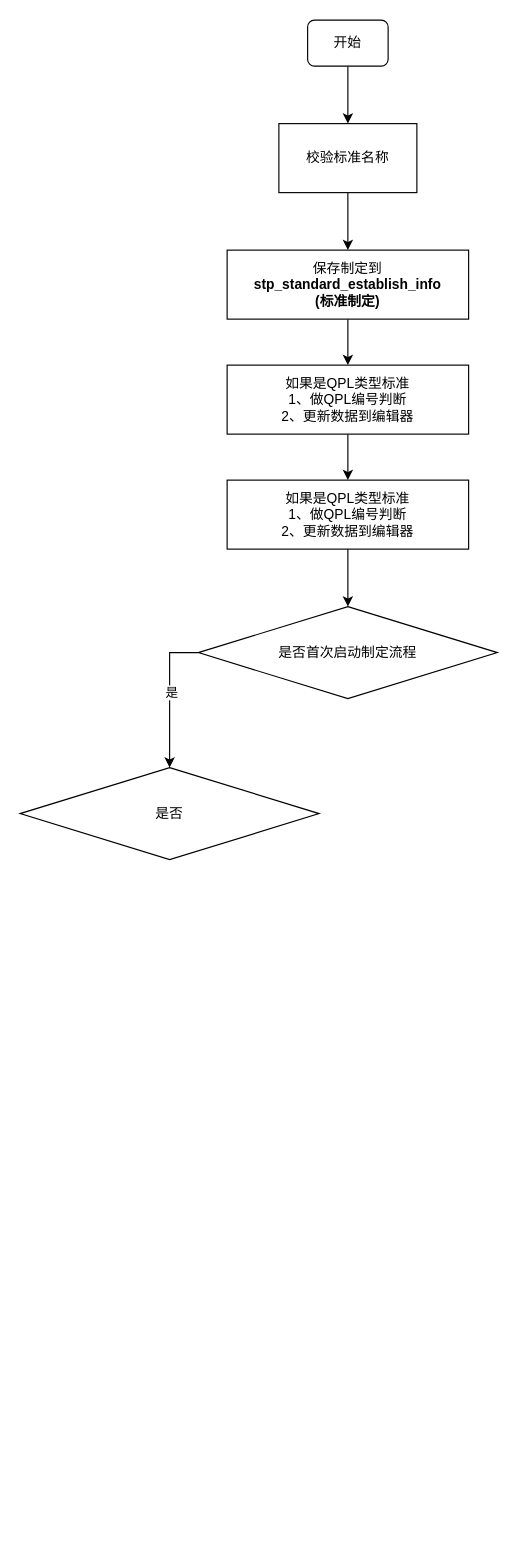
This is 标准化/流程图.drawio from DemonHan/KuickBuy, a draw.io file, before an edit. Source tidied: cells renumbered, new cells numbered last; positions are measured from the earlier drawing's top-left corner, leaving out a move shared by most shapes. Both pictures are drawn from the tidied source at 115%, with x=0, y=0 at pixel (20, 20).
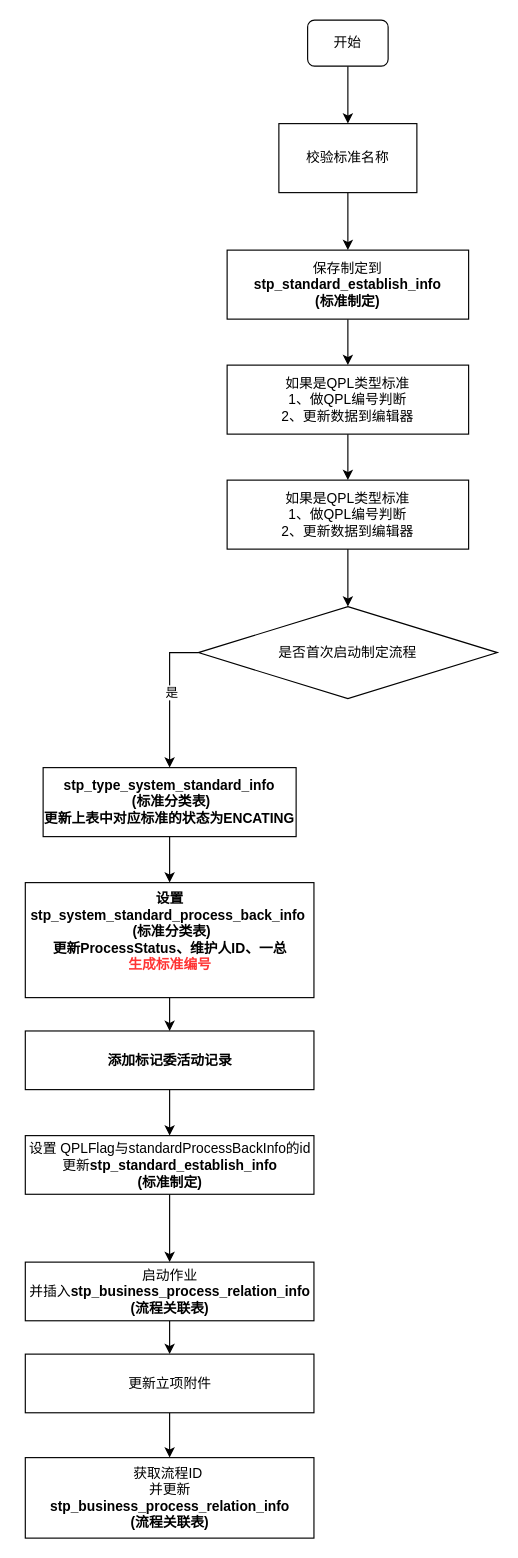
After the change.

Commit message (it also covers changes not shown here):
更新流程图.drawio

The change refers to these unchanged cells:
```xml
<mxCell id="14" value="是否首次启动制定流程" style="rhombus;whiteSpace=wrap;html=1;" parent="1" vertex="1">
  <mxGeometry x="155" y="510" width="260" height="80" as="geometry" />
</mxCell>
```

Diff of the diagram source:
```diff
@@
-    <mxCell id="12" style="edgeStyle=orthogonalEdgeStyle;rounded=0;jettySize=auto;html=1;entryX=0.5;entryY=0;entryDx=0;entryDy=0;exitX=0;exitY=0.5;exitDx=0;exitDy=0;" parent="1" edge="1" source="14" target="15">
+    <mxCell id="12" style="edgeStyle=orthogonalEdgeStyle;rounded=0;jettySize=auto;html=1;entryX=0.5;entryY=0;entryDx=0;entryDy=0;exitX=0;exitY=0.5;exitDx=0;exitDy=0;" parent="1" edge="1" source="14" target="17">
       <mxGeometry relative="1" as="geometry" />
     </mxCell>
@@
-    <mxCell id="15" value="是否" style="rhombus;whiteSpace=wrap;html=1;" parent="1" vertex="1">
-      <mxGeometry y="650" width="260" height="80" as="geometry" />
-    </mxCell>
+    <mxCell id="16" style="edgeStyle=orthogonalEdgeStyle;rounded=0;jettySize=auto;html=1;entryX=0.5;entryY=0;entryDx=0;entryDy=0;" parent="1" edge="1" source="17" target="19">
+      <mxGeometry relative="1" as="geometry" />
+    </mxCell>
+    <mxCell id="17" value="&lt;span style=&quot;font-weight: 700; text-wrap: nowrap;&quot;&gt;stp_type_system_standard_info&lt;/span&gt;&lt;br style=&quot;padding: 0px; margin: 0px; font-weight: 700; text-wrap: nowrap;&quot;&gt;&lt;span style=&quot;font-weight: 700; text-wrap: nowrap;&quot;&gt;&amp;nbsp;(标准分类表)&lt;/span&gt;&lt;div&gt;&lt;span style=&quot;font-weight: 700; text-wrap: nowrap;&quot;&gt;更新上表中对应标准的状态为ENCATING&lt;/span&gt;&lt;/div&gt;" style="rounded=0;whiteSpace=wrap;html=1;" parent="1" vertex="1">
+      <mxGeometry x="20" y="650" width="220" height="60" as="geometry" />
+    </mxCell>
+    <mxCell id="18" style="edgeStyle=orthogonalEdgeStyle;rounded=0;jettySize=auto;html=1;entryX=0.5;entryY=0;entryDx=0;entryDy=0;" parent="1" edge="1" source="19" target="21">
+      <mxGeometry relative="1" as="geometry" />
+    </mxCell>
+    <mxCell id="19" value="&lt;span style=&quot;text-wrap: nowrap;&quot;&gt;&lt;b&gt;设置&lt;/b&gt;&lt;/span&gt;&lt;div&gt;&lt;span style=&quot;font-weight: 700; text-wrap: nowrap;&quot;&gt;stp_system_standard_process_back_info&amp;nbsp;&lt;/span&gt;&lt;br style=&quot;padding: 0px; margin: 0px; font-weight: 700; text-wrap: nowrap;&quot;&gt;&lt;span style=&quot;font-weight: 700; text-wrap: nowrap;&quot;&gt;&amp;nbsp;(标准分类表)&lt;/span&gt;&lt;span style=&quot;text-wrap: nowrap;&quot;&gt;&lt;b&gt;&lt;br&gt;&lt;/b&gt;&lt;/span&gt;&lt;/div&gt;&lt;div&gt;&lt;span style=&quot;text-wrap: nowrap;&quot;&gt;&lt;b&gt;更新ProcessStatus、维护人ID、一总&lt;/b&gt;&lt;/span&gt;&lt;/div&gt;&lt;div&gt;&lt;span style=&quot;text-wrap: nowrap;&quot;&gt;&lt;b&gt;&lt;font color=&quot;#ff3333&quot;&gt;生成标准编号&lt;/font&gt;&lt;/b&gt;&lt;/span&gt;&lt;/div&gt;&lt;div&gt;&lt;span style=&quot;text-wrap: nowrap;&quot;&gt;&lt;b&gt;&lt;font color=&quot;#ff3333&quot;&gt;&lt;br&gt;&lt;/font&gt;&lt;/b&gt;&lt;/span&gt;&lt;/div&gt;" style="rounded=0;whiteSpace=wrap;html=1;" parent="1" vertex="1">
+      <mxGeometry x="4.5" y="750" width="251" height="100" as="geometry" />
+    </mxCell>
+    <mxCell id="20" style="edgeStyle=orthogonalEdgeStyle;rounded=0;jettySize=auto;html=1;entryX=0.5;entryY=0;entryDx=0;entryDy=0;" parent="1" edge="1" source="21" target="23">
+      <mxGeometry relative="1" as="geometry" />
+    </mxCell>
+    <mxCell id="21" value="&lt;div&gt;&lt;span style=&quot;text-wrap: nowrap;&quot;&gt;&lt;b&gt;添加标记委活动记录&lt;/b&gt;&lt;/span&gt;&lt;/div&gt;" style="rounded=0;whiteSpace=wrap;html=1;" parent="1" vertex="1">
+      <mxGeometry x="4.5" y="879" width="251" height="51" as="geometry" />
+    </mxCell>
+    <mxCell id="22" style="edgeStyle=orthogonalEdgeStyle;rounded=0;jettySize=auto;html=1;entryX=0.5;entryY=0;entryDx=0;entryDy=0;" parent="1" edge="1" source="23" target="25">
+      <mxGeometry relative="1" as="geometry" />
+    </mxCell>
+    <mxCell id="23" value="&lt;div&gt;设置 QPLFlag与standardProcessBackInfo的id&lt;/div&gt;更新&lt;span style=&quot;text-wrap: nowrap; font-weight: 700;&quot;&gt;stp_standard_establish_info&lt;/span&gt;&lt;br style=&quot;text-wrap: nowrap; padding: 0px; margin: 0px; font-weight: 700;&quot;&gt;&lt;span style=&quot;text-wrap: nowrap; font-weight: 700;&quot;&gt;(标准制定)&lt;/span&gt;" style="rounded=0;whiteSpace=wrap;html=1;" parent="1" vertex="1">
+      <mxGeometry x="4.5" y="970" width="251" height="51" as="geometry" />
+    </mxCell>
+    <mxCell id="24" style="edgeStyle=orthogonalEdgeStyle;rounded=0;jettySize=auto;html=1;entryX=0.5;entryY=0;entryDx=0;entryDy=0;" parent="1" edge="1" source="25" target="27">
+      <mxGeometry relative="1" as="geometry" />
+    </mxCell>
+    <mxCell id="25" value="启动作业&lt;div&gt;并插入&lt;span style=&quot;font-weight: 700; text-wrap: nowrap; background-color: initial;&quot;&gt;stp_business_process_relation_info&lt;/span&gt;&lt;/div&gt;&lt;span style=&quot;font-weight: 700; text-wrap: nowrap;&quot;&gt;(流程关联表)&lt;/span&gt;" style="rounded=0;whiteSpace=wrap;html=1;" parent="1" vertex="1">
+      <mxGeometry x="4.5" y="1080" width="251" height="51" as="geometry" />
+    </mxCell>
+    <mxCell id="26" style="edgeStyle=orthogonalEdgeStyle;rounded=0;jettySize=auto;html=1;entryX=0.5;entryY=0;entryDx=0;entryDy=0;" parent="1" edge="1" source="27" target="28">
+      <mxGeometry relative="1" as="geometry" />
+    </mxCell>
+    <mxCell id="27" value="更新立项附件" style="rounded=0;whiteSpace=wrap;html=1;" parent="1" vertex="1">
+      <mxGeometry x="4.5" y="1160" width="251" height="51" as="geometry" />
+    </mxCell>
+    <mxCell id="28" value="获取流程ID&amp;nbsp;&lt;div&gt;并更新&lt;/div&gt;&lt;div&gt;&lt;div&gt;&lt;span style=&quot;font-weight: 700; text-wrap: nowrap; background-color: initial;&quot;&gt;stp_business_process_relation_info&lt;/span&gt;&lt;/div&gt;&lt;span style=&quot;text-wrap: nowrap; font-weight: 700;&quot;&gt;(流程关联表)&lt;/span&gt;&lt;br&gt;&lt;/div&gt;" style="rounded=0;whiteSpace=wrap;html=1;" parent="1" vertex="1">
+      <mxGeometry x="4.5" y="1250" width="251" height="70" as="geometry" />
+    </mxCell>
```
